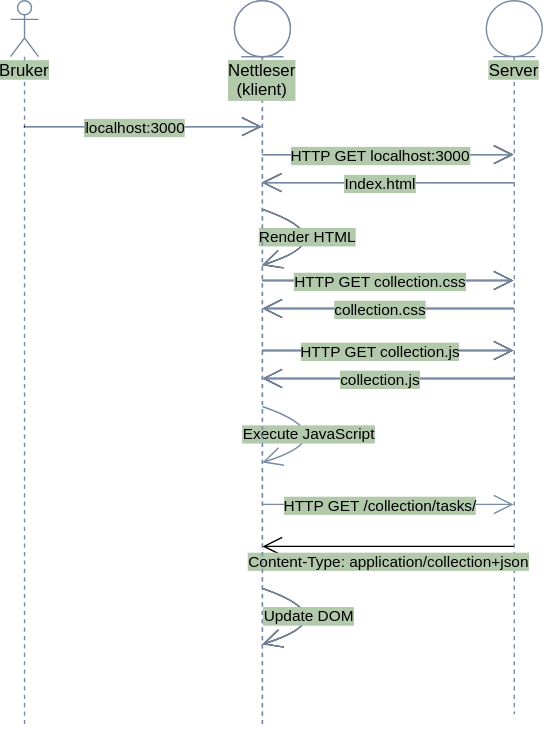
This is gfx/chapter-3/html-client-sequence-diagram.drawio.svg from thomaswolff/hypermedia-book, a draw.io export, as it was before one commit. Source tidied: cells renumbered, new cells last; positions are measured from the earlier drawing's top-left corner, leaving out a move shared by most shapes.
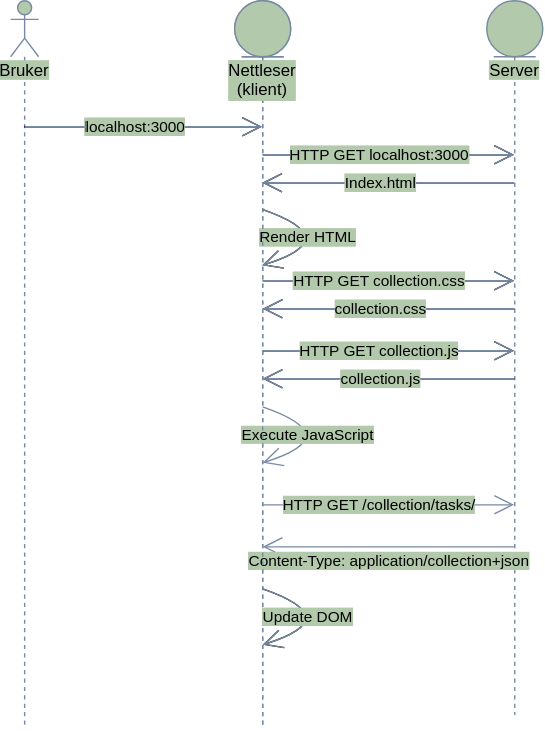
The same file after the commit.

Commit message:
Flere oppdateringer på farger i skisser

Change to the diagram source:
```diff
@@ -2,7 +2,7 @@
   <root>
     <mxCell id="0" />
     <mxCell id="1" parent="0" />
-    <mxCell id="2" value="Bruker" style="shape=umlLifeline;participant=umlActor;perimeter=lifelinePerimeter;whiteSpace=wrap;html=1;verticalAlign=top;spacingTop=36;outlineConnect=0;fontColor=#000000;labelBorderColor=none;labelBackgroundColor=#B2C9AB;strokeColor=#788AA3;" parent="1" vertex="1">
+    <mxCell id="2" value="Bruker" style="shape=umlLifeline;participant=umlActor;perimeter=lifelinePerimeter;whiteSpace=wrap;html=1;verticalAlign=top;spacingTop=36;outlineConnect=0;fontColor=#000000;labelBorderColor=none;labelBackgroundColor=#B2C9AB;strokeColor=#788AA3;fillColor=#B2C9AB;" parent="1" vertex="1">
       <mxGeometry width="20" height="520" as="geometry" />
     </mxCell>
     <mxCell id="3" value="Nettleser&lt;br&gt;(klient)" style="shape=umlLifeline;participant=umlEntity;perimeter=lifelinePerimeter;whiteSpace=wrap;html=1;verticalAlign=top;spacingTop=36;outlineConnect=0;fontColor=#000000;labelBorderColor=none;labelBackgroundColor=#B2C9AB;strokeColor=#788AA3;" parent="1" vertex="1">
@@ -32,7 +32,7 @@
     <mxCell id="7" value="Update DOM" style="edgeLabel;html=1;align=center;verticalAlign=middle;fontColor=#000000;labelBorderColor=none;labelBackgroundColor=#B2C9AB;" parent="6" vertex="1">
       <mxGeometry x="-0.42" y="-8" relative="1" as="geometry" />
     </mxCell>
-    <mxCell id="8" value="Server" style="shape=umlLifeline;participant=umlEntity;perimeter=lifelinePerimeter;whiteSpace=wrap;html=1;verticalAlign=top;spacingTop=36;outlineConnect=0;fontColor=#000000;labelBorderColor=none;labelBackgroundColor=#B2C9AB;strokeColor=#788AA3;" parent="1" vertex="1">
+    <mxCell id="8" value="Server" style="shape=umlLifeline;participant=umlEntity;perimeter=lifelinePerimeter;whiteSpace=wrap;html=1;verticalAlign=top;spacingTop=36;outlineConnect=0;fontColor=#000000;labelBorderColor=none;labelBackgroundColor=#B2C9AB;strokeColor=#788AA3;fillColor=#B2C9AB;" parent="1" vertex="1">
       <mxGeometry x="340" width="40" height="510" as="geometry" />
     </mxCell>
     <mxCell id="9" style="endArrow=open;endFill=1;endSize=12;html=1;fontColor=#000000;labelBorderColor=none;labelBackgroundColor=#B2C9AB;" parent="1" edge="1" source="2" target="3">
@@ -138,7 +138,7 @@
     <mxCell id="26" value="HTTP GET /collection/tasks/" style="edgeLabel;html=1;align=center;verticalAlign=middle;fontColor=#000000;labelBorderColor=none;labelBackgroundColor=#B2C9AB;" parent="25" vertex="1">
       <mxGeometry x="-0.08" relative="1" as="geometry" />
     </mxCell>
-    <mxCell id="27" style="endArrow=open;endFill=1;endSize=12;html=1;fontColor=#000000;labelBorderColor=none;labelBackgroundColor=#B2C9AB;" parent="1" edge="1">
+    <mxCell id="27" style="endArrow=open;endFill=1;endSize=12;html=1;fontColor=#000000;labelBorderColor=none;labelBackgroundColor=#B2C9AB;strokeColor=#788AA3;" parent="1" edge="1">
       <mxGeometry relative="1" as="geometry">
         <mxPoint x="359.7" y="390" as="sourcePoint" />
         <mxPoint x="180" y="390" as="targetPoint" />
@@ -198,7 +198,7 @@
     <mxCell id="36" value="Render HTML" style="edgeLabel;html=1;align=center;verticalAlign=middle;fontColor=#000000;labelBorderColor=none;labelBackgroundColor=#B2C9AB;" parent="35" vertex="1">
       <mxGeometry x="-0.42" y="-8" relative="1" as="geometry" />
     </mxCell>
-    <mxCell id="37" value="Nettleser&lt;br&gt;(klient)" style="shape=umlLifeline;participant=umlEntity;perimeter=lifelinePerimeter;whiteSpace=wrap;html=1;verticalAlign=top;spacingTop=36;outlineConnect=0;fontColor=#000000;labelBorderColor=none;labelBackgroundColor=#B2C9AB;strokeColor=#788AA3;" parent="1" vertex="1">
+    <mxCell id="37" value="Nettleser&lt;br&gt;(klient)" style="shape=umlLifeline;participant=umlEntity;perimeter=lifelinePerimeter;whiteSpace=wrap;html=1;verticalAlign=top;spacingTop=36;outlineConnect=0;fontColor=#000000;labelBorderColor=none;labelBackgroundColor=#B2C9AB;strokeColor=#788AA3;fillColor=#B2C9AB;" parent="1" vertex="1">
       <mxGeometry x="160" width="40" height="520" as="geometry" />
     </mxCell>
     <mxCell id="38" style="endArrow=open;endFill=1;endSize=12;html=1;fontColor=#000000;labelBorderColor=none;labelBackgroundColor=#B2C9AB;strokeColor=#788AA3;" parent="37" edge="1">
```
